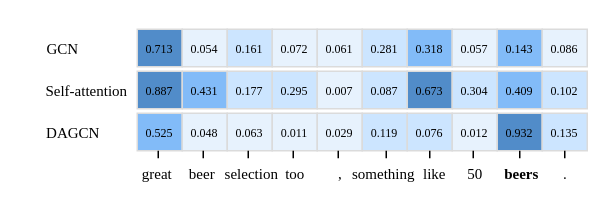
Earlier version of the draw.io diagram case study.drawio (zhaicao/images). Source tidied: cells renumbered, new cells numbered last; positions are measured from the earlier drawing's top-left corner, leaving out a move shared by most shapes. Both pictures are drawn from the tidied source at 150%, with x=0, y=0 at pixel (26, 26).
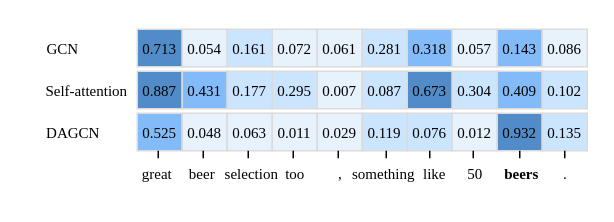
After the change.

What changed in the source:
```diff
@@
-    <mxCell id="2" value="&lt;font style=&quot;font-size: 8px;&quot;&gt;0.525&lt;/font&gt;" style="whiteSpace=wrap;html=1;strokeColor=#DBDBDB;fillColor=#82BBF8;fontSize=8;fontFamily=Times New Roman;" parent="1" vertex="1">
+    <mxCell id="2" value="&lt;font style=&quot;font-size: 10px;&quot;&gt;0.525&lt;/font&gt;" style="whiteSpace=wrap;html=1;strokeColor=#DBDBDB;fillColor=#82BBF8;fontSize=10;fontFamily=Times New Roman;" parent="1" vertex="1">
       <mxGeometry x="74" y="58" width="30" height="25" as="geometry" />
     </mxCell>
-    <mxCell id="3" value="&lt;font style=&quot;font-size: 8px;&quot;&gt;0.048&lt;/font&gt;" style="whiteSpace=wrap;html=1;fillColor=#E7F2FD;strokeColor=#DBDBDB;fontSize=8;fontFamily=Times New Roman;" parent="1" vertex="1">
+    <mxCell id="3" value="&lt;font style=&quot;font-size: 10px;&quot;&gt;0.048&lt;/font&gt;" style="whiteSpace=wrap;html=1;fillColor=#E7F2FD;strokeColor=#DBDBDB;fontSize=10;fontFamily=Times New Roman;" parent="1" vertex="1">
       <mxGeometry x="104" y="58" width="30" height="25" as="geometry" />
     </mxCell>
-    <mxCell id="4" value="&lt;font style=&quot;font-size: 8px;&quot;&gt;0.063&lt;/font&gt;" style="whiteSpace=wrap;html=1;strokeColor=#DBDBDB;fillColor=#E7F2FD;fontSize=8;fontFamily=Times New Roman;" parent="1" vertex="1">
+    <mxCell id="4" value="&lt;font style=&quot;font-size: 10px;&quot;&gt;0.063&lt;/font&gt;" style="whiteSpace=wrap;html=1;strokeColor=#DBDBDB;fillColor=#E7F2FD;fontSize=10;fontFamily=Times New Roman;" parent="1" vertex="1">
       <mxGeometry x="134" y="58" width="30" height="25" as="geometry" />
     </mxCell>
-    <mxCell id="5" value="&lt;font style=&quot;font-size: 8px;&quot;&gt;0.011&lt;/font&gt;" style="whiteSpace=wrap;html=1;fillColor=#E7F2FD;strokeColor=#DBDBDB;fontSize=8;fontFamily=Times New Roman;" parent="1" vertex="1">
+    <mxCell id="5" value="&lt;font style=&quot;font-size: 10px;&quot;&gt;0.011&lt;/font&gt;" style="whiteSpace=wrap;html=1;fillColor=#E7F2FD;strokeColor=#DBDBDB;fontSize=10;fontFamily=Times New Roman;" parent="1" vertex="1">
       <mxGeometry x="164" y="58" width="30" height="25" as="geometry" />
     </mxCell>
-    <mxCell id="6" value="&lt;font style=&quot;font-size: 8px;&quot;&gt;0.029&lt;/font&gt;" style="whiteSpace=wrap;html=1;strokeColor=#DBDBDB;fillColor=#E7F2FD;fontSize=8;fontFamily=Times New Roman;" parent="1" vertex="1">
+    <mxCell id="6" value="&lt;font style=&quot;font-size: 10px;&quot;&gt;0.029&lt;/font&gt;" style="whiteSpace=wrap;html=1;strokeColor=#DBDBDB;fillColor=#E7F2FD;fontSize=10;fontFamily=Times New Roman;" parent="1" vertex="1">
       <mxGeometry x="194" y="58" width="30" height="25" as="geometry" />
     </mxCell>
-    <mxCell id="7" value="&lt;font style=&quot;font-size: 8px;&quot;&gt;0.119&lt;/font&gt;" style="whiteSpace=wrap;html=1;fillColor=#CCE5FF;strokeColor=#DBDBDB;fontSize=8;fontFamily=Times New Roman;" parent="1" vertex="1">
+    <mxCell id="7" value="&lt;font style=&quot;font-size: 10px;&quot;&gt;0.119&lt;/font&gt;" style="whiteSpace=wrap;html=1;fillColor=#CCE5FF;strokeColor=#DBDBDB;fontSize=10;fontFamily=Times New Roman;" parent="1" vertex="1">
       <mxGeometry x="224" y="58" width="30" height="25" as="geometry" />
     </mxCell>
-    <mxCell id="8" value="&lt;font style=&quot;font-size: 8px;&quot;&gt;0.076&lt;/font&gt;" style="whiteSpace=wrap;html=1;strokeColor=#DBDBDB;fillColor=#CCE5FF;fontSize=8;fontFamily=Times New Roman;" parent="1" vertex="1">
+    <mxCell id="8" value="&lt;font style=&quot;font-size: 10px;&quot;&gt;0.076&lt;/font&gt;" style="whiteSpace=wrap;html=1;strokeColor=#DBDBDB;fillColor=#CCE5FF;fontSize=10;fontFamily=Times New Roman;" parent="1" vertex="1">
       <mxGeometry x="254" y="58" width="30" height="25" as="geometry" />
     </mxCell>
-    <mxCell id="9" value="&lt;font style=&quot;font-size: 8px;&quot;&gt;0.012&lt;/font&gt;" style="whiteSpace=wrap;html=1;fillColor=#E7F2FD;strokeColor=#DBDBDB;fontSize=8;fontFamily=Times New Roman;" parent="1" vertex="1">
+    <mxCell id="9" value="&lt;font style=&quot;font-size: 10px;&quot;&gt;0.012&lt;/font&gt;" style="whiteSpace=wrap;html=1;fillColor=#E7F2FD;strokeColor=#DBDBDB;fontSize=10;fontFamily=Times New Roman;" parent="1" vertex="1">
       <mxGeometry x="284" y="58" width="30" height="25" as="geometry" />
     </mxCell>
-    <mxCell id="10" value="&lt;font style=&quot;font-size: 8px;&quot;&gt;0.932&lt;/font&gt;" style="whiteSpace=wrap;html=1;strokeColor=#DBDBDB;fillColor=#518CC9;fontSize=8;fontFamily=Times New Roman;" parent="1" vertex="1">
+    <mxCell id="10" value="&lt;font style=&quot;font-size: 10px;&quot;&gt;0.932&lt;/font&gt;" style="whiteSpace=wrap;html=1;strokeColor=#DBDBDB;fillColor=#518CC9;fontSize=10;fontFamily=Times New Roman;" parent="1" vertex="1">
       <mxGeometry x="314" y="58" width="30" height="25" as="geometry" />
     </mxCell>
-    <mxCell id="11" value="&lt;font style=&quot;font-size: 8px;&quot;&gt;0.135&lt;/font&gt;" style="whiteSpace=wrap;html=1;fillColor=#cce5ff;strokeColor=#DBDBDB;fontSize=8;fontFamily=Times New Roman;" parent="1" vertex="1">
+    <mxCell id="11" value="&lt;font style=&quot;font-size: 10px;&quot;&gt;0.135&lt;/font&gt;" style="whiteSpace=wrap;html=1;fillColor=#cce5ff;strokeColor=#DBDBDB;fontSize=10;fontFamily=Times New Roman;" parent="1" vertex="1">
       <mxGeometry x="344" y="58" width="30" height="25" as="geometry" />
     </mxCell>
@@
-    <mxCell id="22" style="endArrow=none;html=1;rounded=0;fontFamily=Times New Roman;" parent="1" edge="1">
+    <mxCell id="22" style="endArrow=none;html=1;rounded=0;fontFamily=Times New Roman;fontSize=10;" parent="1" edge="1">
       <mxGeometry relative="1" as="geometry">
         <mxPoint x="88" y="88" as="sourcePoint" />
         <mxPoint x="88" y="83" as="targetPoint" />
       </mxGeometry>
     </mxCell>
-    <mxCell id="23" style="endArrow=none;html=1;rounded=0;fontFamily=Times New Roman;" parent="1" edge="1">
+    <mxCell id="23" style="endArrow=none;html=1;rounded=0;fontFamily=Times New Roman;fontSize=10;" parent="1" edge="1">
       <mxGeometry relative="1" as="geometry">
         <mxPoint x="118" y="88" as="sourcePoint" />
         <mxPoint x="118" y="83" as="targetPoint" />
       </mxGeometry>
     </mxCell>
-    <mxCell id="24" style="endArrow=none;html=1;rounded=0;fontFamily=Times New Roman;" parent="1" edge="1">
+    <mxCell id="24" style="endArrow=none;html=1;rounded=0;fontFamily=Times New Roman;fontSize=10;" parent="1" edge="1">
       <mxGeometry relative="1" as="geometry">
         <mxPoint x="148" y="88" as="sourcePoint" />
         <mxPoint x="148" y="83" as="targetPoint" />
       </mxGeometry>
     </mxCell>
-    <mxCell id="25" style="endArrow=none;html=1;rounded=0;fontFamily=Times New Roman;" parent="1" edge="1">
+    <mxCell id="25" style="endArrow=none;html=1;rounded=0;fontFamily=Times New Roman;fontSize=10;" parent="1" edge="1">
       <mxGeometry relative="1" as="geometry">
         <mxPoint x="178" y="88" as="sourcePoint" />
         <mxPoint x="178" y="83" as="targetPoint" />
       </mxGeometry>
     </mxCell>
-    <mxCell id="26" style="endArrow=none;html=1;rounded=0;fontFamily=Times New Roman;" parent="1" edge="1">
+    <mxCell id="26" style="endArrow=none;html=1;rounded=0;fontFamily=Times New Roman;fontSize=10;" parent="1" edge="1">
       <mxGeometry relative="1" as="geometry">
         <mxPoint x="208" y="88" as="sourcePoint" />
         <mxPoint x="208" y="83" as="targetPoint" />
       </mxGeometry>
     </mxCell>
-    <mxCell id="27" style="endArrow=none;html=1;rounded=0;fontFamily=Times New Roman;" parent="1" edge="1">
+    <mxCell id="27" style="endArrow=none;html=1;rounded=0;fontFamily=Times New Roman;fontSize=10;" parent="1" edge="1">
       <mxGeometry relative="1" as="geometry">
         <mxPoint x="240" y="88" as="sourcePoint" />
         <mxPoint x="240" y="83" as="targetPoint" />
       </mxGeometry>
     </mxCell>
-    <mxCell id="28" style="endArrow=none;html=1;rounded=0;fontFamily=Times New Roman;" parent="1" edge="1">
+    <mxCell id="28" style="endArrow=none;html=1;rounded=0;fontFamily=Times New Roman;fontSize=10;" parent="1" edge="1">
       <mxGeometry relative="1" as="geometry">
         <mxPoint x="269" y="88" as="sourcePoint" />
         <mxPoint x="269" y="83" as="targetPoint" />
       </mxGeometry>
     </mxCell>
-    <mxCell id="29" style="endArrow=none;html=1;rounded=0;fontFamily=Times New Roman;" parent="1" edge="1">
+    <mxCell id="29" style="endArrow=none;html=1;rounded=0;fontFamily=Times New Roman;fontSize=10;" parent="1" edge="1">
       <mxGeometry relative="1" as="geometry">
         <mxPoint x="298" y="88" as="sourcePoint" />
         <mxPoint x="298" y="83" as="targetPoint" />
       </mxGeometry>
     </mxCell>
-    <mxCell id="30" style="endArrow=none;html=1;rounded=0;fontFamily=Times New Roman;" parent="1" edge="1">
+    <mxCell id="30" style="endArrow=none;html=1;rounded=0;fontFamily=Times New Roman;fontSize=10;" parent="1" edge="1">
       <mxGeometry relative="1" as="geometry">
         <mxPoint x="329" y="88" as="sourcePoint" />
         <mxPoint x="329" y="83" as="targetPoint" />
       </mxGeometry>
     </mxCell>
-    <mxCell id="31" style="endArrow=none;html=1;rounded=0;fontFamily=Times New Roman;" parent="1" edge="1">
+    <mxCell id="31" style="endArrow=none;html=1;rounded=0;fontFamily=Times New Roman;fontSize=10;" parent="1" edge="1">
       <mxGeometry relative="1" as="geometry">
         <mxPoint x="359" y="88" as="sourcePoint" />
         <mxPoint x="359" y="83" as="targetPoint" />
       </mxGeometry>
     </mxCell>
-    <mxCell id="32" value="&lt;font style=&quot;font-size: 8px;&quot;&gt;0.887&lt;/font&gt;" style="whiteSpace=wrap;html=1;strokeColor=#DBDBDB;fillColor=#518CC9;fontSize=8;fontFamily=Times New Roman;" parent="1" vertex="1">
+    <mxCell id="32" value="&lt;font style=&quot;font-size: 10px;&quot;&gt;0.887&lt;/font&gt;" style="whiteSpace=wrap;html=1;strokeColor=#DBDBDB;fillColor=#518CC9;fontSize=10;fontFamily=Times New Roman;" parent="1" vertex="1">
       <mxGeometry x="74" y="30" width="30" height="25" as="geometry" />
     </mxCell>
-    <mxCell id="33" value="&lt;font style=&quot;font-size: 8px;&quot;&gt;0.431&lt;/font&gt;" style="whiteSpace=wrap;html=1;fillColor=#82BBF8;strokeColor=#DBDBDB;fontSize=8;fontFamily=Times New Roman;" parent="1" vertex="1">
+    <mxCell id="33" value="&lt;font style=&quot;font-size: 10px;&quot;&gt;0.431&lt;/font&gt;" style="whiteSpace=wrap;html=1;fillColor=#82BBF8;strokeColor=#DBDBDB;fontSize=10;fontFamily=Times New Roman;" parent="1" vertex="1">
       <mxGeometry x="104" y="30" width="30" height="25" as="geometry" />
     </mxCell>
-    <mxCell id="34" value="&lt;font style=&quot;font-size: 8px;&quot;&gt;0.177&lt;/font&gt;" style="whiteSpace=wrap;html=1;strokeColor=#DBDBDB;fillColor=#cce5ff;fontSize=8;fontFamily=Times New Roman;" parent="1" vertex="1">
+    <mxCell id="34" value="&lt;font style=&quot;font-size: 10px;&quot;&gt;0.177&lt;/font&gt;" style="whiteSpace=wrap;html=1;strokeColor=#DBDBDB;fillColor=#cce5ff;fontSize=10;fontFamily=Times New Roman;" parent="1" vertex="1">
       <mxGeometry x="134" y="30" width="30" height="25" as="geometry" />
     </mxCell>
-    <mxCell id="35" value="&lt;font style=&quot;font-size: 8px;&quot;&gt;0.295&lt;/font&gt;" style="whiteSpace=wrap;html=1;fillColor=#cce5ff;strokeColor=#DBDBDB;fontSize=8;fontFamily=Times New Roman;" parent="1" vertex="1">
+    <mxCell id="35" value="&lt;font style=&quot;font-size: 10px;&quot;&gt;0.295&lt;/font&gt;" style="whiteSpace=wrap;html=1;fillColor=#cce5ff;strokeColor=#DBDBDB;fontSize=10;fontFamily=Times New Roman;" parent="1" vertex="1">
       <mxGeometry x="164" y="30" width="30" height="25" as="geometry" />
     </mxCell>
-    <mxCell id="36" value="&lt;font style=&quot;font-size: 8px;&quot;&gt;0.007&lt;/font&gt;" style="whiteSpace=wrap;html=1;strokeColor=#DBDBDB;fillColor=#e7f2fd;fontSize=8;fontFamily=Times New Roman;" parent="1" vertex="1">
+    <mxCell id="36" value="&lt;font style=&quot;font-size: 10px;&quot;&gt;0.007&lt;/font&gt;" style="whiteSpace=wrap;html=1;strokeColor=#DBDBDB;fillColor=#e7f2fd;fontSize=10;fontFamily=Times New Roman;" parent="1" vertex="1">
       <mxGeometry x="194" y="30" width="30" height="25" as="geometry" />
     </mxCell>
-    <mxCell id="37" value="&lt;font style=&quot;font-size: 8px;&quot;&gt;0.087&lt;/font&gt;" style="whiteSpace=wrap;html=1;fillColor=#CCE5FF;strokeColor=#DBDBDB;fontSize=8;fontFamily=Times New Roman;" parent="1" vertex="1">
+    <mxCell id="37" value="&lt;font style=&quot;font-size: 10px;&quot;&gt;0.087&lt;/font&gt;" style="whiteSpace=wrap;html=1;fillColor=#CCE5FF;strokeColor=#DBDBDB;fontSize=10;fontFamily=Times New Roman;" parent="1" vertex="1">
       <mxGeometry x="224" y="30" width="30" height="25" as="geometry" />
     </mxCell>
-    <mxCell id="38" value="&lt;font style=&quot;font-size: 8px;&quot;&gt;0.673&lt;/font&gt;" style="whiteSpace=wrap;html=1;strokeColor=#DBDBDB;fillColor=#518CC9;fontSize=8;fontFamily=Times New Roman;" parent="1" vertex="1">
+    <mxCell id="38" value="&lt;font style=&quot;font-size: 10px;&quot;&gt;0.673&lt;/font&gt;" style="whiteSpace=wrap;html=1;strokeColor=#DBDBDB;fillColor=#518CC9;fontSize=10;fontFamily=Times New Roman;" parent="1" vertex="1">
       <mxGeometry x="254" y="30" width="30" height="25" as="geometry" />
     </mxCell>
-    <mxCell id="39" value="&lt;font style=&quot;font-size: 8px;&quot;&gt;0.304&lt;/font&gt;" style="whiteSpace=wrap;html=1;fillColor=#cce5ff;strokeColor=#DBDBDB;fontSize=8;fontFamily=Times New Roman;" parent="1" vertex="1">
+    <mxCell id="39" value="&lt;font style=&quot;font-size: 10px;&quot;&gt;0.304&lt;/font&gt;" style="whiteSpace=wrap;html=1;fillColor=#cce5ff;strokeColor=#DBDBDB;fontSize=10;fontFamily=Times New Roman;" parent="1" vertex="1">
       <mxGeometry x="284" y="30" width="30" height="25" as="geometry" />
     </mxCell>
-    <mxCell id="40" value="&lt;font style=&quot;font-size: 8px;&quot;&gt;0.409&lt;/font&gt;" style="whiteSpace=wrap;html=1;strokeColor=#DBDBDB;fillColor=#82BBF8;fontSize=8;fontFamily=Times New Roman;" parent="1" vertex="1">
+    <mxCell id="40" value="&lt;font style=&quot;font-size: 10px;&quot;&gt;0.409&lt;/font&gt;" style="whiteSpace=wrap;html=1;strokeColor=#DBDBDB;fillColor=#82BBF8;fontSize=10;fontFamily=Times New Roman;" parent="1" vertex="1">
       <mxGeometry x="314" y="30" width="30" height="25" as="geometry" />
     </mxCell>
-    <mxCell id="41" value="&lt;font style=&quot;font-size: 8px;&quot;&gt;0.102&lt;/font&gt;" style="whiteSpace=wrap;html=1;fillColor=#cce5ff;strokeColor=#DBDBDB;fontSize=8;fontFamily=Times New Roman;" parent="1" vertex="1">
+    <mxCell id="41" value="&lt;font style=&quot;font-size: 10px;&quot;&gt;0.102&lt;/font&gt;" style="whiteSpace=wrap;html=1;fillColor=#cce5ff;strokeColor=#DBDBDB;fontSize=10;fontFamily=Times New Roman;" parent="1" vertex="1">
       <mxGeometry x="344" y="30" width="30" height="25" as="geometry" />
     </mxCell>
-    <mxCell id="42" value="&lt;font style=&quot;font-size: 8px;&quot;&gt;0.713&lt;/font&gt;" style="whiteSpace=wrap;html=1;strokeColor=#DBDBDB;fillColor=#518CC9;fontSize=8;fontFamily=Times New Roman;" parent="1" vertex="1">
+    <mxCell id="42" value="&lt;font style=&quot;font-size: 10px;&quot;&gt;0.713&lt;/font&gt;" style="whiteSpace=wrap;html=1;strokeColor=#DBDBDB;fillColor=#518CC9;fontSize=10;fontFamily=Times New Roman;" parent="1" vertex="1">
       <mxGeometry x="74" y="2" width="30" height="25" as="geometry" />
     </mxCell>
-    <mxCell id="43" value="&lt;font style=&quot;font-size: 8px;&quot;&gt;0.054&lt;/font&gt;" style="whiteSpace=wrap;html=1;fillColor=#E7F2FD;strokeColor=#DBDBDB;fontSize=8;fontFamily=Times New Roman;" parent="1" vertex="1">
+    <mxCell id="43" value="&lt;font style=&quot;font-size: 10px;&quot;&gt;0.054&lt;/font&gt;" style="whiteSpace=wrap;html=1;fillColor=#E7F2FD;strokeColor=#DBDBDB;fontSize=10;fontFamily=Times New Roman;" parent="1" vertex="1">
       <mxGeometry x="104" y="2" width="30" height="25" as="geometry" />
     </mxCell>
-    <mxCell id="44" value="0.161" style="whiteSpace=wrap;html=1;strokeColor=#DBDBDB;fillColor=#CCE5FF;fontSize=8;fontFamily=Times New Roman;" parent="1" vertex="1">
+    <mxCell id="44" value="0.161" style="whiteSpace=wrap;html=1;strokeColor=#DBDBDB;fillColor=#CCE5FF;fontSize=10;fontFamily=Times New Roman;" parent="1" vertex="1">
       <mxGeometry x="134" y="2" width="30" height="25" as="geometry" />
     </mxCell>
-    <mxCell id="45" value="&lt;font style=&quot;font-size: 8px;&quot;&gt;0.072&lt;/font&gt;" style="whiteSpace=wrap;html=1;fillColor=#E7F2FD;strokeColor=#DBDBDB;fontSize=8;fontFamily=Times New Roman;" parent="1" vertex="1">
+    <mxCell id="45" value="&lt;font style=&quot;font-size: 10px;&quot;&gt;0.072&lt;/font&gt;" style="whiteSpace=wrap;html=1;fillColor=#E7F2FD;strokeColor=#DBDBDB;fontSize=10;fontFamily=Times New Roman;" parent="1" vertex="1">
       <mxGeometry x="164" y="2" width="30" height="25" as="geometry" />
     </mxCell>
-    <mxCell id="46" value="&lt;font style=&quot;font-size: 8px;&quot;&gt;0.061&lt;/font&gt;" style="whiteSpace=wrap;html=1;strokeColor=#DBDBDB;fillColor=#E7F2FD;fontSize=8;fontFamily=Times New Roman;" parent="1" vertex="1">
+    <mxCell id="46" value="&lt;font style=&quot;font-size: 10px;&quot;&gt;0.061&lt;/font&gt;" style="whiteSpace=wrap;html=1;strokeColor=#DBDBDB;fillColor=#E7F2FD;fontSize=10;fontFamily=Times New Roman;" parent="1" vertex="1">
       <mxGeometry x="194" y="2" width="30" height="25" as="geometry" />
     </mxCell>
-    <mxCell id="47" value="0.281" style="whiteSpace=wrap;html=1;fillColor=#cce5ff;strokeColor=#DBDBDB;fontSize=8;fontFamily=Times New Roman;" parent="1" vertex="1">
+    <mxCell id="47" value="0.281" style="whiteSpace=wrap;html=1;fillColor=#cce5ff;strokeColor=#DBDBDB;fontSize=10;fontFamily=Times New Roman;" parent="1" vertex="1">
       <mxGeometry x="224" y="2" width="30" height="25" as="geometry" />
     </mxCell>
-    <mxCell id="48" value="&lt;font style=&quot;font-size: 8px;&quot;&gt;0.318&lt;/font&gt;" style="whiteSpace=wrap;html=1;strokeColor=#DBDBDB;fillColor=#82BBF8;fontSize=8;fontFamily=Times New Roman;" parent="1" vertex="1">
+    <mxCell id="48" value="&lt;font style=&quot;font-size: 10px;&quot;&gt;0.318&lt;/font&gt;" style="whiteSpace=wrap;html=1;strokeColor=#DBDBDB;fillColor=#82BBF8;fontSize=10;fontFamily=Times New Roman;" parent="1" vertex="1">
       <mxGeometry x="254" y="2" width="30" height="25" as="geometry" />
     </mxCell>
-    <mxCell id="49" value="&lt;font style=&quot;font-size: 8px;&quot;&gt;0.057&lt;/font&gt;" style="whiteSpace=wrap;html=1;fillColor=#E7F2FD;strokeColor=#DBDBDB;fontSize=8;fontFamily=Times New Roman;" parent="1" vertex="1">
+    <mxCell id="49" value="&lt;font style=&quot;font-size: 10px;&quot;&gt;0.057&lt;/font&gt;" style="whiteSpace=wrap;html=1;fillColor=#E7F2FD;strokeColor=#DBDBDB;fontSize=10;fontFamily=Times New Roman;" parent="1" vertex="1">
       <mxGeometry x="284" y="2" width="30" height="25" as="geometry" />
     </mxCell>
-    <mxCell id="50" value="&lt;font style=&quot;font-size: 8px;&quot;&gt;0.143&lt;/font&gt;" style="whiteSpace=wrap;html=1;strokeColor=#DBDBDB;fillColor=#82BBF8;fontSize=8;fontFamily=Times New Roman;" parent="1" vertex="1">
+    <mxCell id="50" value="&lt;font style=&quot;font-size: 10px;&quot;&gt;0.143&lt;/font&gt;" style="whiteSpace=wrap;html=1;strokeColor=#DBDBDB;fillColor=#82BBF8;fontSize=10;fontFamily=Times New Roman;" parent="1" vertex="1">
       <mxGeometry x="314" y="2" width="30" height="25" as="geometry" />
     </mxCell>
-    <mxCell id="51" value="&lt;font style=&quot;font-size: 8px;&quot;&gt;0.086&lt;/font&gt;" style="whiteSpace=wrap;html=1;fillColor=#E7F2FD;strokeColor=#DBDBDB;fontSize=8;fontFamily=Times New Roman;" parent="1" vertex="1">
+    <mxCell id="51" value="&lt;font style=&quot;font-size: 10px;&quot;&gt;0.086&lt;/font&gt;" style="whiteSpace=wrap;html=1;fillColor=#E7F2FD;strokeColor=#DBDBDB;fontSize=10;fontFamily=Times New Roman;" parent="1" vertex="1">
       <mxGeometry x="344" y="2" width="30" height="25" as="geometry" />
     </mxCell>
```
